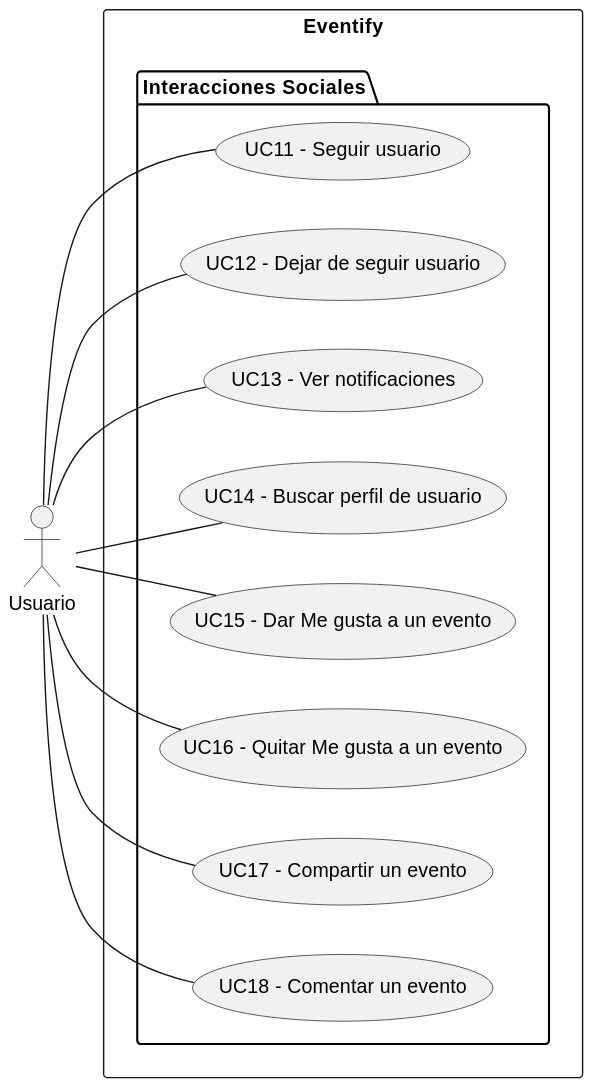
valeraruggierotesisucv/tesis-frameworks-mobile-diagrams keeps this PlantUML diagram as Requisitos/Casos de Uso/diagramas/UseCaseDiagramSocialInteractions.svg. Above is the earlier version.
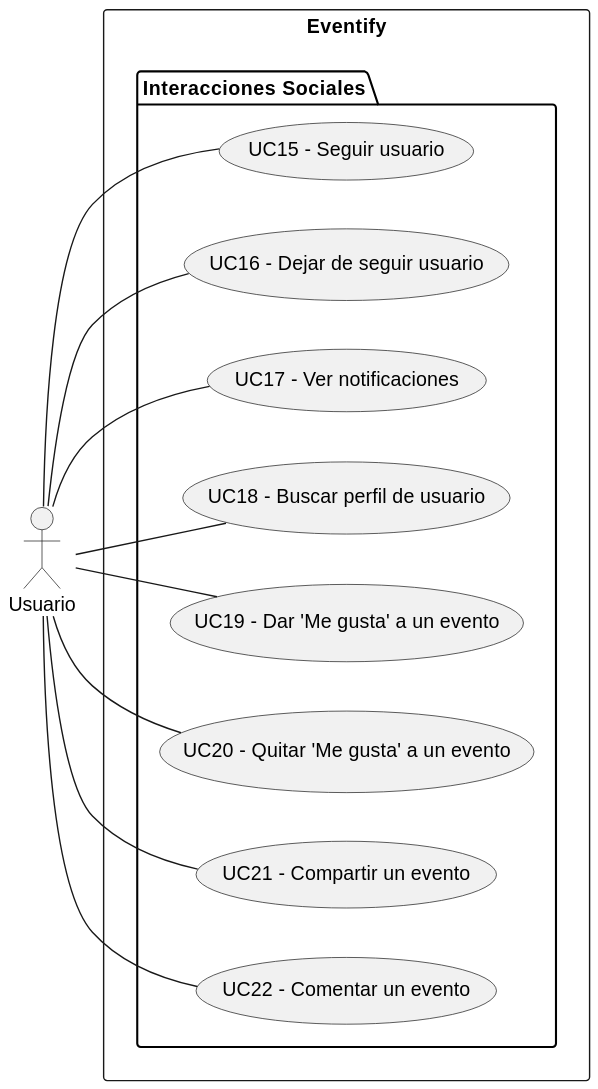
The same diagram one commit later.

The edit, as a diff of the source:
```diff
@@ -3,14 +3,14 @@
     actor "Usuario" as usuario
     rectangle "Eventify" {
         package "Interacciones Sociales" {
-            usecase "UC11 - Seguir usuario" as seguirUsuario
-            usecase "UC12 - Dejar de seguir usuario" as dejarSeguirUsuario
-            usecase "UC13 - Ver notificaciones" as verNotificaciones
-            usecase "UC14 - Buscar perfil de usuario" as buscarPerfil
-            usecase "UC15 - Dar Me gusta a un evento" as darMeGusta
-            usecase "UC16 - Quitar Me gusta a un evento" as quitarMeGusta
-            usecase "UC17 - Compartir un evento" as compartirEvento
-            usecase "UC18 - Comentar un evento" as comentarEvento
+            usecase "UC15 - Seguir usuario" as seguirUsuario
+            usecase "UC16 - Dejar de seguir usuario" as dejarSeguirUsuario
+            usecase "UC17 - Ver notificaciones" as verNotificaciones
+            usecase "UC18 - Buscar perfil de usuario" as buscarPerfil
+            usecase "UC19 - Dar 'Me gusta' a un evento" as darMeGusta
+            usecase "UC20 - Quitar 'Me gusta' a un evento" as quitarMeGusta
+            usecase "UC21 - Compartir un evento" as compartirEvento
+            usecase "UC22 - Comentar un evento" as comentarEvento
         }
     }
 
```
